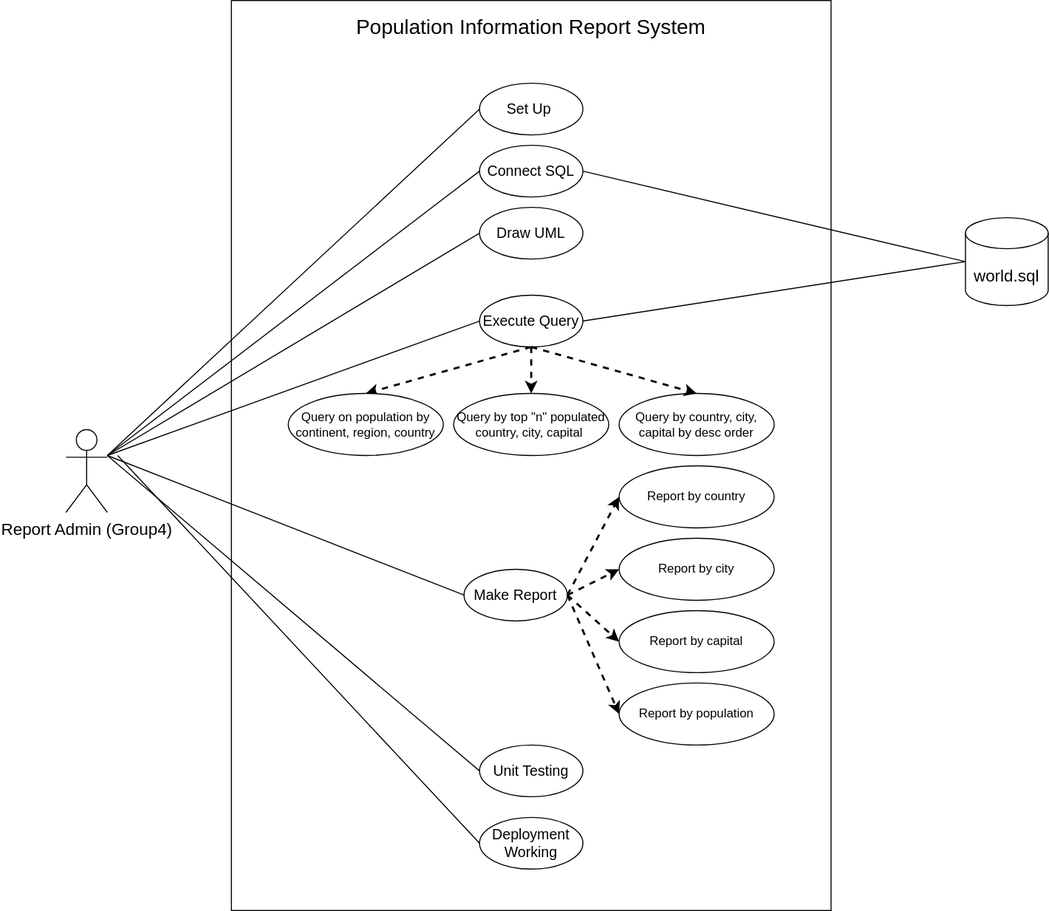
Before: testDemo.svg, a diagram exported from draw.io (40516571-SuHninLwin/firstDemo). Source tidied: cells renumbered, new cells last; positions are measured from the earlier drawing's top-left corner, leaving out a move shared by most shapes.
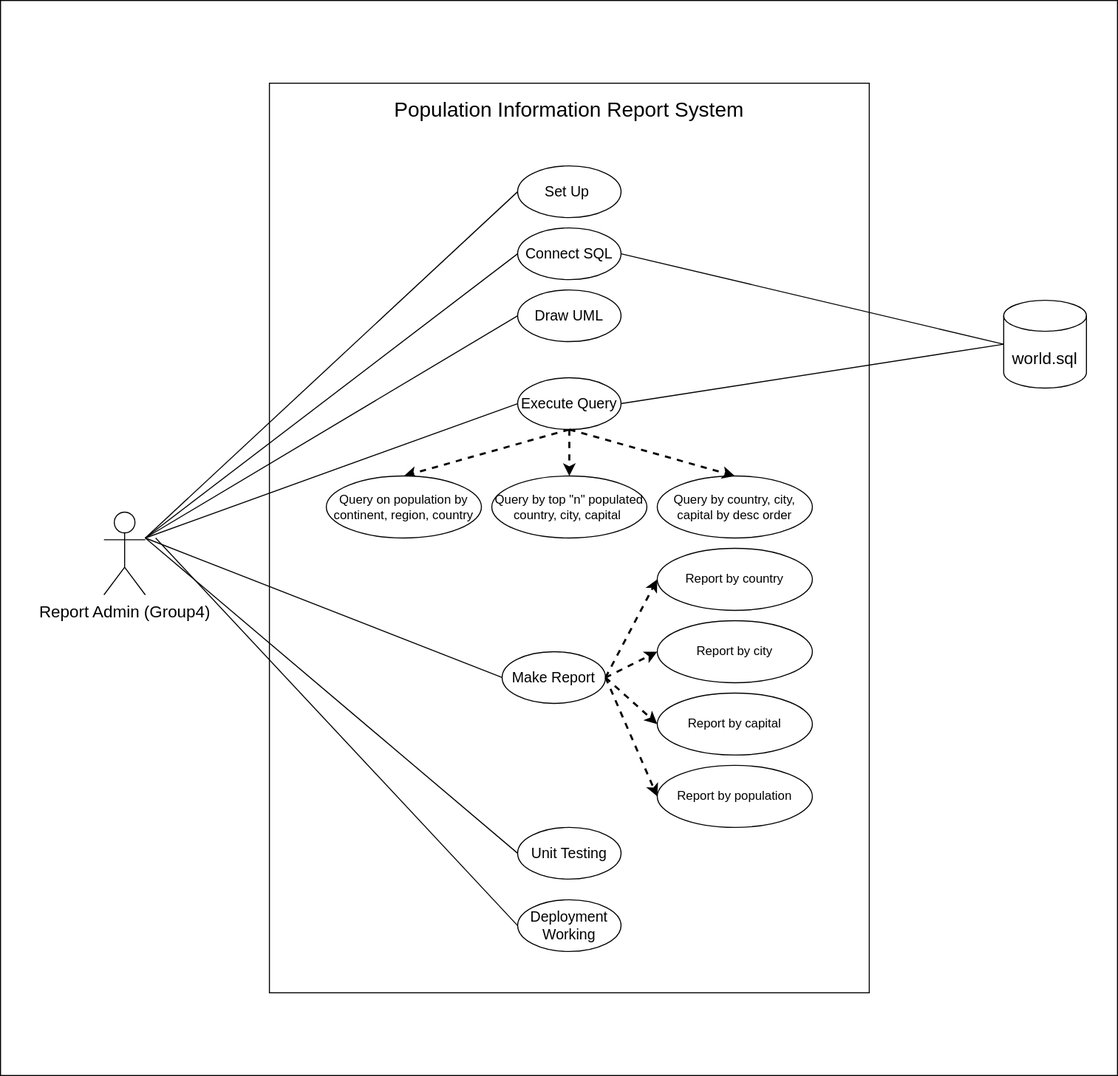
The same diagram one commit later.

Diff of the diagram source:
```diff
@@ -120,5 +120,8 @@
     <mxCell id="35" style="rounded=0;jettySize=auto;html=1;strokeWidth=2;fontSize=16;dashed=1;entryX=0;entryY=0.5;entryDx=0;entryDy=0;exitX=1;exitY=0.5;exitDx=0;exitDy=0;" parent="1" edge="1" source="9" target="20">
       <mxGeometry relative="1" as="geometry" />
     </mxCell>
+    <mxCell id="36" style="rounded=0;whiteSpace=wrap;html=1;fontSize=16;fillColor=none;" parent="1" vertex="1">
+      <mxGeometry x="-100" y="-80" width="1080" height="1040" as="geometry" />
+    </mxCell>
   </root>
 </mxGraphModel>
```
